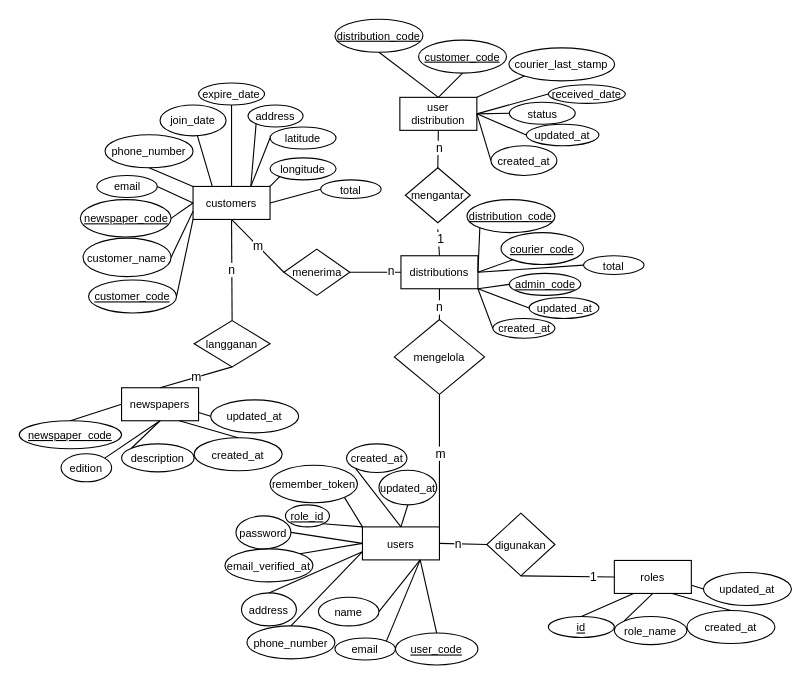
Before: ERD rb-location-tracer.drawio in kritimauludin/rb-location-tracker-design, a draw.io diagram. Source tidied: cells renumbered, new cells numbered last; positions are measured from the earlier drawing's top-left corner, leaving out a move shared by most shapes. Both pictures are drawn from the tidied source at 110%, with x=0, y=0 at pixel (19, 19).
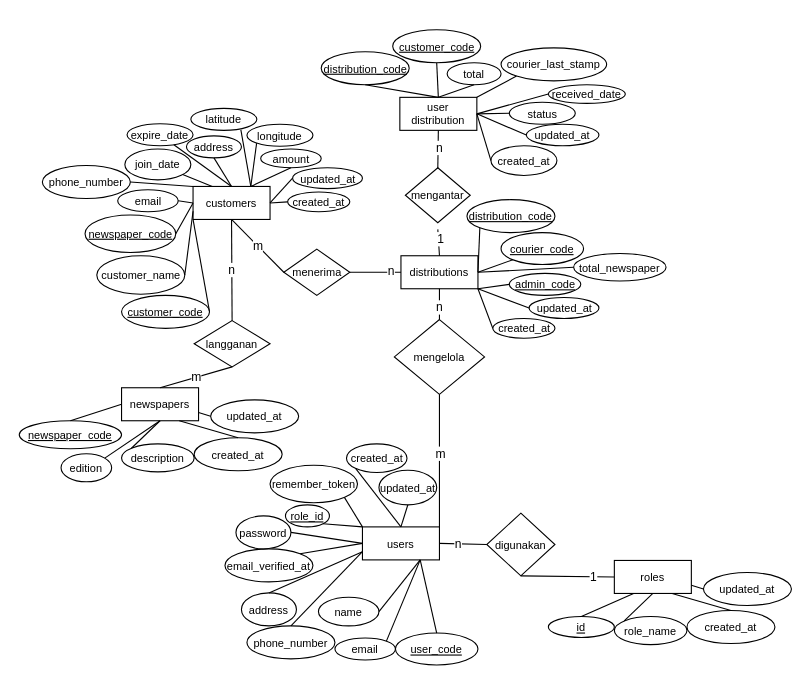
The same diagram, later.

Unchanged cells that the change refers to:
```xml
<mxCell id="4" value="customers" style="rounded=0;whiteSpace=wrap;html=1;fontSize=10;" parent="1" vertex="1">
  <mxGeometry x="158" y="152" width="70" height="30" as="geometry" />
</mxCell>
<mxCell id="51" value="user distribution" style="rounded=0;whiteSpace=wrap;html=1;fontSize=10;" parent="1" vertex="1">
  <mxGeometry x="346" y="71" width="70" height="30" as="geometry" />
</mxCell>
```

Change to the diagram source:
```diff
@@
     <mxCell id="2" value="email" style="ellipse;whiteSpace=wrap;html=1;fontSize=10;" parent="1" vertex="1">
-      <mxGeometry x="70.5" y="142" width="55" height="20" as="geometry" />
+      <mxGeometry x="89.5" y="155" width="55" height="20" as="geometry" />
     </mxCell>
@@
     <mxCell id="5" value="&lt;u&gt;customer_code&lt;/u&gt;" style="ellipse;whiteSpace=wrap;html=1;fontSize=10;" parent="1" vertex="1">
-      <mxGeometry x="63" y="237" width="80" height="30" as="geometry" />
+      <mxGeometry x="93" y="251" width="80" height="30" as="geometry" />
     </mxCell>
     <mxCell id="6" value="customer_name" style="ellipse;whiteSpace=wrap;html=1;fontSize=10;" parent="1" vertex="1">
-      <mxGeometry x="58" y="199" width="80" height="35" as="geometry" />
+      <mxGeometry x="70.5" y="215" width="80" height="35" as="geometry" />
     </mxCell>
     <mxCell id="7" value="phone_number" style="ellipse;whiteSpace=wrap;html=1;fontSize=10;" parent="1" vertex="1">
-      <mxGeometry x="78" y="105" width="80" height="30" as="geometry" />
+      <mxGeometry x="21" y="133" width="80" height="30" as="geometry" />
     </mxCell>
     <mxCell id="8" value="join_date" style="ellipse;whiteSpace=wrap;html=1;fontSize=10;" parent="1" vertex="1">
-      <mxGeometry x="128" y="78" width="60" height="28" as="geometry" />
+      <mxGeometry x="96" y="118" width="60" height="28" as="geometry" />
     </mxCell>
     <mxCell id="9" value="expire_date" style="ellipse;whiteSpace=wrap;html=1;fontSize=10;" parent="1" vertex="1">
-      <mxGeometry x="163" y="58" width="60" height="20" as="geometry" />
+      <mxGeometry x="98" y="95" width="60" height="20" as="geometry" />
     </mxCell>
     <mxCell id="10" value="address" style="ellipse;whiteSpace=wrap;html=1;fontSize=10;" parent="1" vertex="1">
-      <mxGeometry x="208" y="78" width="50" height="20" as="geometry" />
+      <mxGeometry x="152" y="106" width="50" height="20" as="geometry" />
     </mxCell>
     <mxCell id="11" value="latitude" style="ellipse;whiteSpace=wrap;html=1;fontSize=10;" parent="1" vertex="1">
-      <mxGeometry x="228" y="98" width="60" height="20" as="geometry" />
+      <mxGeometry x="156" y="81" width="60" height="20" as="geometry" />
     </mxCell>
     <mxCell id="12" value="longitude" style="ellipse;whiteSpace=wrap;html=1;fontSize=10;" parent="1" vertex="1">
-      <mxGeometry x="228" y="126" width="60" height="20" as="geometry" />
+      <mxGeometry x="207" y="95.5" width="60" height="20" as="geometry" />
     </mxCell>
@@
-    <mxCell id="16" style="endArrow=none;html=1;rounded=0;entryX=0;entryY=0;entryDx=0;entryDy=0;exitX=0.5;exitY=1;exitDx=0;exitDy=0;" parent="1" edge="1" source="7" target="4">
+    <mxCell id="16" style="endArrow=none;html=1;rounded=0;entryX=0;entryY=0;entryDx=0;entryDy=0;exitX=1;exitY=0.5;exitDx=0;exitDy=0;" parent="1" edge="1" source="7" target="4">
       <mxGeometry relative="1" as="geometry" />
     </mxCell>
@@
-    <mxCell id="19" style="endArrow=none;html=1;rounded=0;entryX=0.75;entryY=0;entryDx=0;entryDy=0;exitX=0;exitY=1;exitDx=0;exitDy=0;" parent="1" edge="1" source="10" target="4">
+    <mxCell id="19" style="endArrow=none;html=1;rounded=0;entryX=0.5;entryY=0;entryDx=0;entryDy=0;exitX=0.5;exitY=1;exitDx=0;exitDy=0;" parent="1" edge="1" source="10" target="4">
       <mxGeometry relative="1" as="geometry" />
     </mxCell>
-    <mxCell id="20" style="endArrow=none;html=1;rounded=0;entryX=0.75;entryY=0;entryDx=0;entryDy=0;exitX=0;exitY=0.5;exitDx=0;exitDy=0;" parent="1" edge="1" source="11" target="4">
+    <mxCell id="20" style="endArrow=none;html=1;rounded=0;entryX=0.75;entryY=0;entryDx=0;entryDy=0;exitX=0.758;exitY=0.975;exitDx=0;exitDy=0;exitPerimeter=0;" parent="1" edge="1" source="11" target="4">
       <mxGeometry relative="1" as="geometry" />
     </mxCell>
-    <mxCell id="21" style="endArrow=none;html=1;rounded=0;entryX=1;entryY=0;entryDx=0;entryDy=0;exitX=0;exitY=1;exitDx=0;exitDy=0;" parent="1" edge="1" source="12" target="4">
+    <mxCell id="21" style="endArrow=none;html=1;rounded=0;entryX=0.75;entryY=0;entryDx=0;entryDy=0;exitX=0;exitY=1;exitDx=0;exitDy=0;" parent="1" edge="1" source="12" target="4">
       <mxGeometry relative="1" as="geometry" />
     </mxCell>
@@
-    <mxCell id="45" value="total" style="ellipse;whiteSpace=wrap;html=1;fontSize=10;" parent="1" vertex="1">
-      <mxGeometry x="513" y="215" width="55" height="17" as="geometry" />
+    <mxCell id="45" value="total_newspaper" style="ellipse;whiteSpace=wrap;html=1;fontSize=10;" parent="1" vertex="1">
+      <mxGeometry x="504" y="213" width="84" height="25" as="geometry" />
     </mxCell>
@@
     <mxCell id="53" value="&lt;u&gt;customer_code&lt;/u&gt;" style="ellipse;whiteSpace=wrap;html=1;fontSize=10;" parent="1" vertex="1">
-      <mxGeometry x="363" y="19" width="80" height="30" as="geometry" />
+      <mxGeometry x="339.5" y="9.5" width="80" height="30" as="geometry" />
     </mxCell>
@@
     <mxCell id="57" value="&lt;u&gt;distribution_code&lt;/u&gt;" style="ellipse;whiteSpace=wrap;html=1;fontSize=10;" parent="1" vertex="1">
-      <mxGeometry x="287" width="80" height="30" as="geometry" />
+      <mxGeometry x="274.5" y="29.5" width="80" height="30" as="geometry" />
     </mxCell>
@@
-    <mxCell id="65" value="total" style="ellipse;whiteSpace=wrap;html=1;fontSize=10;" parent="1" vertex="1">
-      <mxGeometry x="274" y="146" width="55" height="17" as="geometry" />
+    <mxCell id="65" value="amount" style="ellipse;whiteSpace=wrap;html=1;fontSize=10;" parent="1" vertex="1">
+      <mxGeometry x="219.5" y="118" width="55" height="17" as="geometry" />
     </mxCell>
-    <mxCell id="66" style="endArrow=none;html=1;rounded=0;entryX=0;entryY=0.5;entryDx=0;entryDy=0;exitX=1;exitY=0.5;exitDx=0;exitDy=0;" parent="1" edge="1" source="4" target="65">
+    <mxCell id="66" style="endArrow=none;html=1;rounded=0;entryX=0.5;entryY=1;entryDx=0;entryDy=0;exitX=0.75;exitY=0;exitDx=0;exitDy=0;" parent="1" edge="1" source="4" target="65">
       <mxGeometry relative="1" as="geometry" />
     </mxCell>
@@
     <mxCell id="90" value="&lt;u&gt;newspaper_code&lt;/u&gt;" style="ellipse;whiteSpace=wrap;html=1;fontSize=10;" parent="1" vertex="1">
-      <mxGeometry x="55.5" y="164" width="82.5" height="34" as="geometry" />
+      <mxGeometry x="59.8" y="178" width="82.5" height="34" as="geometry" />
     </mxCell>
@@
     <mxCell id="116" value="courier_last_stamp" style="ellipse;whiteSpace=wrap;html=1;fontSize=10;" parent="1" vertex="1">
-      <mxGeometry x="445.2" y="26" width="96" height="30" as="geometry" />
+      <mxGeometry x="438" y="26" width="96" height="30" as="geometry" />
     </mxCell>
@@
+    <mxCell id="118" value="updated_at" style="ellipse;whiteSpace=wrap;html=1;fontSize=10;" parent="1" vertex="1">
+      <mxGeometry x="248.5" y="135" width="63.5" height="19" as="geometry" />
+    </mxCell>
+    <mxCell id="119" value="created_at" style="ellipse;whiteSpace=wrap;html=1;fontSize=10;" parent="1" vertex="1">
+      <mxGeometry x="244" y="157" width="56.5" height="18" as="geometry" />
+    </mxCell>
+    <mxCell id="120" style="endArrow=none;html=1;rounded=0;entryX=0;entryY=0.5;entryDx=0;entryDy=0;exitX=1;exitY=0.5;exitDx=0;exitDy=0;" parent="1" edge="1" source="4" target="118">
+      <mxGeometry relative="1" as="geometry" />
+    </mxCell>
+    <mxCell id="121" style="endArrow=none;html=1;rounded=0;entryX=0;entryY=0.5;entryDx=0;entryDy=0;exitX=1;exitY=0.5;exitDx=0;exitDy=0;" parent="1" edge="1" source="4" target="119">
+      <mxGeometry relative="1" as="geometry" />
+    </mxCell>
+    <mxCell id="122" value="total" style="ellipse;whiteSpace=wrap;html=1;fontSize=10;" parent="1" vertex="1">
+      <mxGeometry x="389" y="39.5" width="49" height="20" as="geometry" />
+    </mxCell>
+    <mxCell id="123" style="endArrow=none;html=1;rounded=0;entryX=0.5;entryY=1;entryDx=0;entryDy=0;exitX=0.5;exitY=0;exitDx=0;exitDy=0;" parent="1" edge="1" source="51" target="122">
+      <mxGeometry relative="1" as="geometry" />
+    </mxCell>
```
